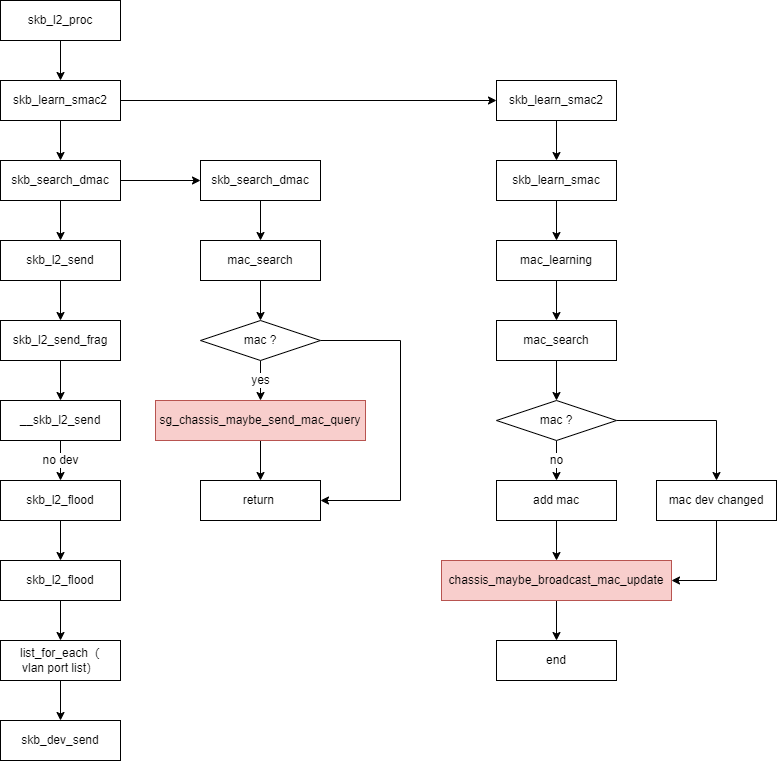
The draw.io diagram ngfw_mac_learning.drawio.png in lwchao/drawPNG, before a commit. Source tidied: cells renumbered, new cells last; positions are measured from the earlier drawing's top-left corner, leaving out a move shared by most shapes.
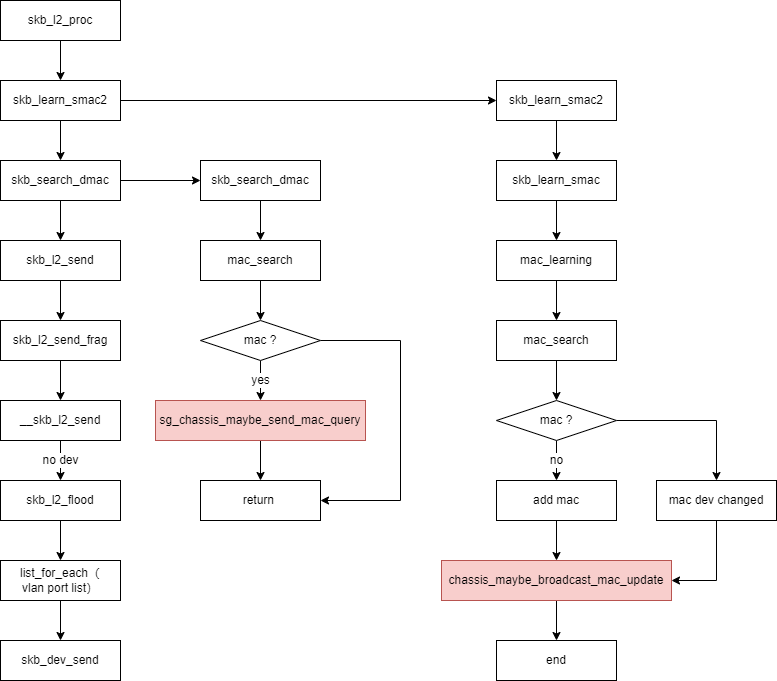
The same diagram one commit later.

The edit, as a diff of the source:
```diff
@@ -26,9 +26,6 @@
     <mxCell id="9" value="__skb_l2_send" style="rounded=0;whiteSpace=wrap;html=1;" parent="1" vertex="1">
       <mxGeometry y="400" width="120" height="40" as="geometry" />
     </mxCell>
-    <mxCell id="10" style="edgeStyle=orthogonalEdgeStyle;rounded=0;jettySize=auto;html=1;" parent="1" edge="1" source="11" target="39">
-      <mxGeometry relative="1" as="geometry" />
-    </mxCell>
     <mxCell id="11" value="skb_l2_flood" style="rounded=0;whiteSpace=wrap;html=1;" parent="1" vertex="1">
       <mxGeometry y="480" width="120" height="40" as="geometry" />
     </mxCell>
@@ -112,20 +109,19 @@
     <mxCell id="37" value="sg_chassis_maybe_send_mac_query" style="rounded=0;whiteSpace=wrap;html=1;fillColor=#f8cecc;strokeColor=#b85450;" parent="1" vertex="1">
       <mxGeometry x="155" y="400" width="210" height="40" as="geometry" />
     </mxCell>
-    <mxCell id="38" style="edgeStyle=orthogonalEdgeStyle;rounded=0;jettySize=auto;html=1;" parent="1" edge="1" source="39" target="41">
-      <mxGeometry relative="1" as="geometry" />
+    <mxCell id="38" style="edgeStyle=orthogonalEdgeStyle;rounded=0;jettySize=auto;html=1;" parent="1" edge="1" target="41">
+      <mxGeometry relative="1" as="geometry">
+        <mxPoint x="60" y="520" as="sourcePoint" />
+      </mxGeometry>
     </mxCell>
-    <mxCell id="39" value="skb_l2_flood" style="rounded=0;whiteSpace=wrap;html=1;" parent="1" vertex="1">
-      <mxGeometry y="560" width="120" height="40" as="geometry" />
-    </mxCell>
     <mxCell id="40" style="edgeStyle=orthogonalEdgeStyle;rounded=0;jettySize=auto;html=1;" parent="1" edge="1" source="41" target="42">
       <mxGeometry relative="1" as="geometry" />
     </mxCell>
     <mxCell id="41" value="list_for_each（&lt;br&gt;vlan port list）" style="rounded=0;whiteSpace=wrap;html=1;" parent="1" vertex="1">
-      <mxGeometry y="640" width="120" height="40" as="geometry" />
+      <mxGeometry y="560" width="120" height="40" as="geometry" />
     </mxCell>
     <mxCell id="42" value="skb_dev_send" style="rounded=0;whiteSpace=wrap;html=1;" parent="1" vertex="1">
-      <mxGeometry y="720" width="120" height="40" as="geometry" />
+      <mxGeometry y="640" width="120" height="40" as="geometry" />
     </mxCell>
     <mxCell id="43" style="edgeStyle=orthogonalEdgeStyle;rounded=0;jettySize=auto;html=1;" parent="1" edge="1" source="44" target="47">
       <mxGeometry relative="1" as="geometry" />
```
